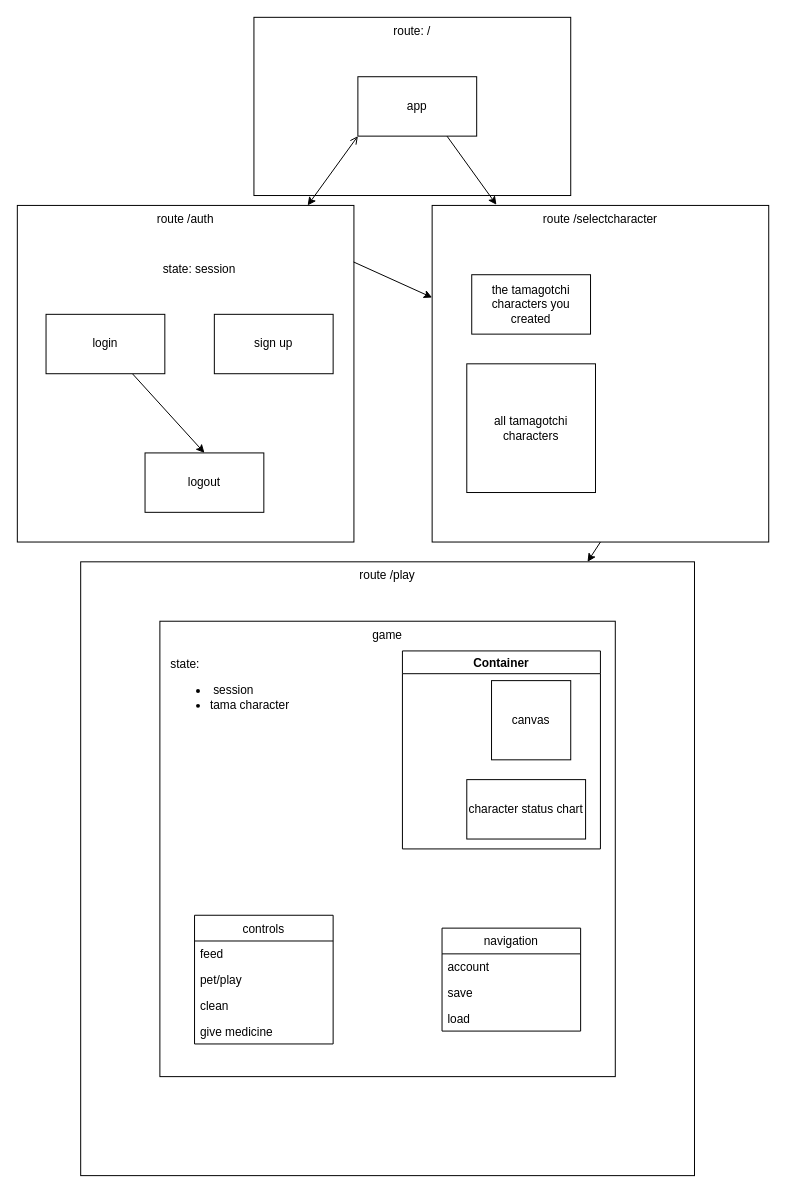
Above: project-management/diagrams/react-components.drawio in circuitsunfish/tamagotchi (draw.io), before the change. Source tidied: cells renumbered, new cells numbered last; positions are measured from the earlier drawing's top-left corner, leaving out a move shared by most shapes. Both pictures are drawn from the tidied source at 99%, with x=0, y=0 at pixel (17, 17).
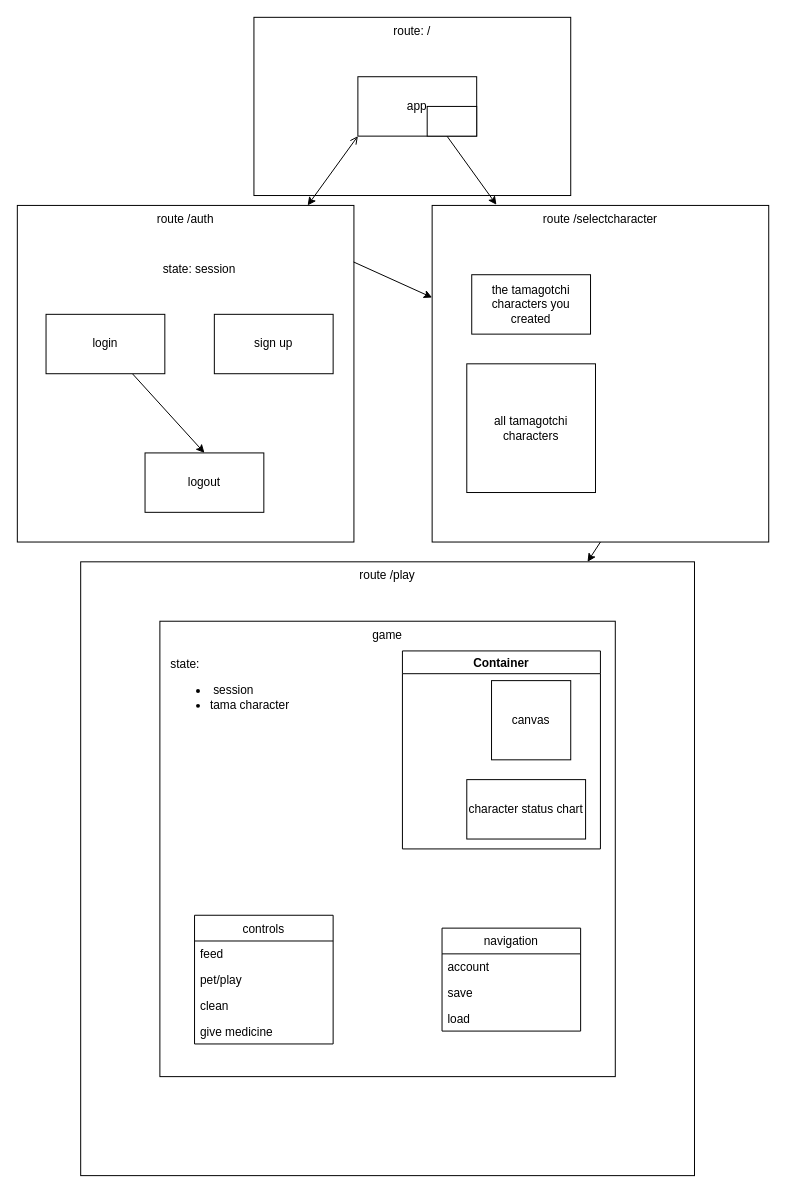
The same diagram, later.

Commit message (it also covers changes not shown here):
auth route wireframe

Diff of the diagram source:
```diff
@@
+    <mxCell id="32" style="rounded=0;whiteSpace=wrap;html=1;" parent="1" vertex="1">
+      <mxGeometry x="414" y="90" width="50" height="30" as="geometry" />
+    </mxCell>
```
